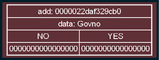
hoDFDDF/Akinator keeps this Graphviz diagram as tree.png. Above is the earlier version. Its source is kept beside it as tree.dot.
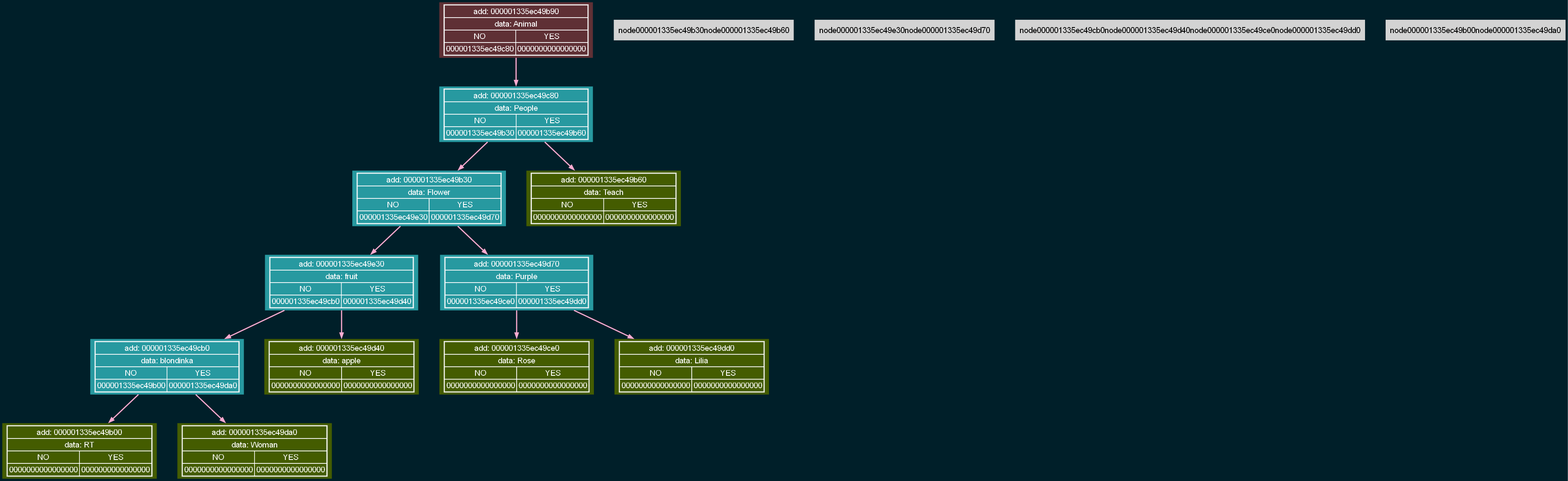
After the change.

What changed in the source:
```diff
@@ -8,5 +8,27 @@
     edge [fontname="Arial"];
 
     labelloc="t";
-    node0000020ae5b29b30 [label=<<TABLE BORDER='1' CELLBORDER='1' CELLSPACING='0'><TR><TD COLSPAN='2'>add: 0000020ae5b29b30</TD></TR><TR><TD COLSPAN='2'>data: Govno</TD></TR><TR><TD>NO</TD><TD>YES</TD></TR><TR><TD>0000000000000000</TD><TD>0000000000000000</TD></TR></TABLE>>, fillcolor="#5f3035", color="#fdfdfd", fontcolor="#fdfdfd"];
- { rank = same;node0000020ae5b29b30}}
+    node0000017a1f599d70 [label=<<TABLE BORDER='1' CELLBORDER='1' CELLSPACING='0'><TR><TD COLSPAN='2'>add: 0000017a1f599d70</TD></TR><TR><TD COLSPAN='2'>data: Animal</TD></TR><TR><TD>NO</TD><TD>YES</TD></TR><TR><TD>0000017a1f599da0</TD><TD>0000000000000000</TD></TR></TABLE>>, fillcolor="#5f3035", color="#fdfdfd", fontcolor="#fdfdfd"];
+    node0000017a1f599da0 [label=<<TABLE BORDER='1' CELLBORDER='1' CELLSPACING='0'><TR><TD COLSPAN='2'>add: 0000017a1f599da0</TD></TR><TR><TD COLSPAN='2'>data: People</TD></TR><TR><TD>NO</TD><TD>YES</TD></TR><TR><TD>0000017a1f599dd0</TD><TD>0000017a1f599b00</TD></TR></TABLE>>, fillcolor="#2799a0", color="#fdfdfd", fontcolor="#fdfdfd"];
+    node0000017a1f599dd0 [label=<<TABLE BORDER='1' CELLBORDER='1' CELLSPACING='0'><TR><TD COLSPAN='2'>add: 0000017a1f599dd0</TD></TR><TR><TD COLSPAN='2'>data: Flower</TD></TR><TR><TD>NO</TD><TD>YES</TD></TR><TR><TD>0000017a1f599c50</TD><TD>0000017a1f599c20</TD></TR></TABLE>>, fillcolor="#2799a0", color="#fdfdfd", fontcolor="#fdfdfd"];
+    node0000017a1f599c50 [label=<<TABLE BORDER='1' CELLBORDER='1' CELLSPACING='0'><TR><TD COLSPAN='2'>add: 0000017a1f599c50</TD></TR><TR><TD COLSPAN='2'>data: fruit</TD></TR><TR><TD>NO</TD><TD>YES</TD></TR><TR><TD>0000017a1f599bc0</TD><TD>0000017a1f599ad0</TD></TR></TABLE>>, fillcolor="#2799a0", color="#fdfdfd", fontcolor="#fdfdfd"];
+    node0000017a1f599bc0 [label=<<TABLE BORDER='1' CELLBORDER='1' CELLSPACING='0'><TR><TD COLSPAN='2'>add: 0000017a1f599bc0</TD></TR><TR><TD COLSPAN='2'>data: blondinka</TD></TR><TR><TD>NO</TD><TD>YES</TD></TR><TR><TD>0000017a1f599bf0</TD><TD>0000017a1f599e00</TD></TR></TABLE>>, fillcolor="#2799a0", color="#fdfdfd", fontcolor="#fdfdfd"];
+    node0000017a1f599bf0 [label=<<TABLE BORDER='1' CELLBORDER='1' CELLSPACING='0'><TR><TD COLSPAN='2'>add: 0000017a1f599bf0</TD></TR><TR><TD COLSPAN='2'>data: RT</TD></TR><TR><TD>NO</TD><TD>YES</TD></TR><TR><TD>0000000000000000</TD><TD>0000000000000000</TD></TR></TABLE>>, fillcolor="#445c00", color="#fdfdfd", fontcolor="#fdfdfd"];
+    node0000017a1f599e00 [label=<<TABLE BORDER='1' CELLBORDER='1' CELLSPACING='0'><TR><TD COLSPAN='2'>add: 0000017a1f599e00</TD></TR><TR><TD COLSPAN='2'>data: Woman</TD></TR><TR><TD>NO</TD><TD>YES</TD></TR><TR><TD>0000000000000000</TD><TD>0000000000000000</TD></TR></TABLE>>, fillcolor="#445c00", color="#fdfdfd", fontcolor="#fdfdfd"];
+    node0000017a1f599ad0 [label=<<TABLE BORDER='1' CELLBORDER='1' CELLSPACING='0'><TR><TD COLSPAN='2'>add: 0000017a1f599ad0</TD></TR><TR><TD COLSPAN='2'>data: apple</TD></TR><TR><TD>NO</TD><TD>YES</TD></TR><TR><TD>0000000000000000</TD><TD>0000000000000000</TD></TR></TABLE>>, fillcolor="#445c00", color="#fdfdfd", fontcolor="#fdfdfd"];
+    node0000017a1f599c20 [label=<<TABLE BORDER='1' CELLBORDER='1' CELLSPACING='0'><TR><TD COLSPAN='2'>add: 0000017a1f599c20</TD></TR><TR><TD COLSPAN='2'>data: Purple</TD></TR><TR><TD>NO</TD><TD>YES</TD></TR><TR><TD>0000017a1f599c80</TD><TD>0000017a1f599cb0</TD></TR></TABLE>>, fillcolor="#2799a0", color="#fdfdfd", fontcolor="#fdfdfd"];
+    node0000017a1f599c80 [label=<<TABLE BORDER='1' CELLBORDER='1' CELLSPACING='0'><TR><TD COLSPAN='2'>add: 0000017a1f599c80</TD></TR><TR><TD COLSPAN='2'>data: Rose</TD></TR><TR><TD>NO</TD><TD>YES</TD></TR><TR><TD>0000000000000000</TD><TD>0000000000000000</TD></TR></TABLE>>, fillcolor="#445c00", color="#fdfdfd", fontcolor="#fdfdfd"];
+    node0000017a1f599cb0 [label=<<TABLE BORDER='1' CELLBORDER='1' CELLSPACING='0'><TR><TD COLSPAN='2'>add: 0000017a1f599cb0</TD></TR><TR><TD COLSPAN='2'>data: Lilia</TD></TR><TR><TD>NO</TD><TD>YES</TD></TR><TR><TD>0000000000000000</TD><TD>0000000000000000</TD></TR></TABLE>>, fillcolor="#445c00", color="#fdfdfd", fontcolor="#fdfdfd"];
+    node0000017a1f599b00 [label=<<TABLE BORDER='1' CELLBORDER='1' CELLSPACING='0'><TR><TD COLSPAN='2'>add: 0000017a1f599b00</TD></TR><TR><TD COLSPAN='2'>data: Teach</TD></TR><TR><TD>NO</TD><TD>YES</TD></TR><TR><TD>0000000000000000</TD><TD>0000000000000000</TD></TR></TABLE>>, fillcolor="#445c00", color="#fdfdfd", fontcolor="#fdfdfd"];
+ { rank = same;node0000017a1f599d70} { rank = same;node0000017a1f599da0} { rank = same;node0000017a1f599dd0node0000017a1f599b00} { rank = same;node0000017a1f599c50node0000017a1f599c20} { rank = same;node0000017a1f599bc0node0000017a1f599ad0node0000017a1f599c80node0000017a1f599cb0} { rank = same;node0000017a1f599bf0node0000017a1f599e00}    node0000017a1f599d70 -> node0000017a1f599da0 [color="#ffabd1", penwidth=2, fontcolor="#ffabd1", fontsize=12, arrowsize=0.8];
+    node0000017a1f599da0 -> node0000017a1f599dd0 [color="#ffabd1", penwidth=2, fontcolor="#ffabd1", fontsize=12, arrowsize=0.8];
+    node0000017a1f599da0 -> node0000017a1f599b00 [color="#ffabd1", penwidth=2, fontcolor="#ffabd1", fontsize=12, arrowsize=0.8];
+    node0000017a1f599dd0 -> node0000017a1f599c50 [color="#ffabd1", penwidth=2, fontcolor="#ffabd1", fontsize=12, arrowsize=0.8];
+    node0000017a1f599dd0 -> node0000017a1f599c20 [color="#ffabd1", penwidth=2, fontcolor="#ffabd1", fontsize=12, arrowsize=0.8];
+    node0000017a1f599c50 -> node0000017a1f599bc0 [color="#ffabd1", penwidth=2, fontcolor="#ffabd1", fontsize=12, arrowsize=0.8];
+    node0000017a1f599c50 -> node0000017a1f599ad0 [color="#ffabd1", penwidth=2, fontcolor="#ffabd1", fontsize=12, arrowsize=0.8];
+    node0000017a1f599bc0 -> node0000017a1f599bf0 [color="#ffabd1", penwidth=2, fontcolor="#ffabd1", fontsize=12, arrowsize=0.8];
+    node0000017a1f599bc0 -> node0000017a1f599e00 [color="#ffabd1", penwidth=2, fontcolor="#ffabd1", fontsize=12, arrowsize=0.8];
+    node0000017a1f599c20 -> node0000017a1f599c80 [color="#ffabd1", penwidth=2, fontcolor="#ffabd1", fontsize=12, arrowsize=0.8];
+    node0000017a1f599c20 -> node0000017a1f599cb0 [color="#ffabd1", penwidth=2, fontcolor="#ffabd1", fontsize=12, arrowsize=0.8];
+}
```
